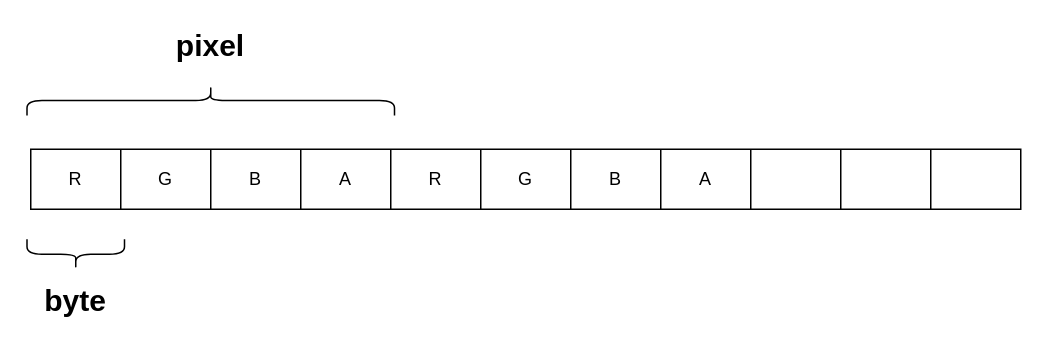
This is Untitled Diagram.drawio from tamani-coding/webgpu-computing-jpeg, a draw.io file, before an edit. Source tidied: cells renumbered, new cells numbered last; positions are measured from the earlier drawing's top-left corner, leaving out a move shared by most shapes. Both pictures are drawn from the tidied source at 150%, with x=0, y=0 at pixel (30, -84).
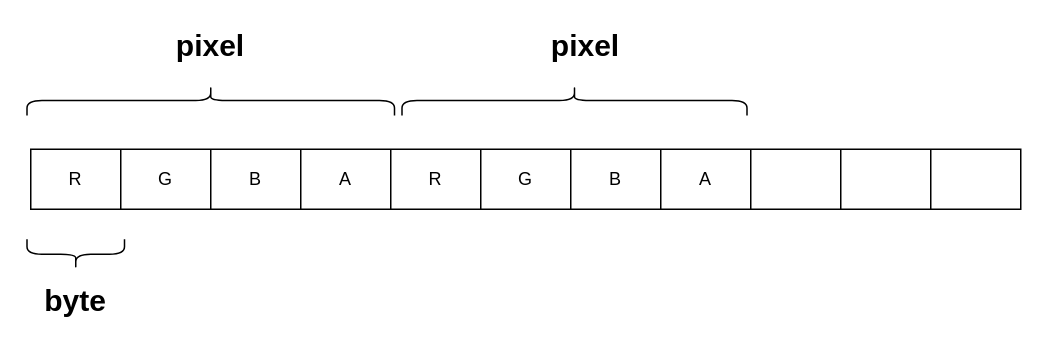
The same page after the edit.

The edit, as a diff of the source:
```diff
@@
+    <mxCell id="19" style="shape=curlyBracket;whiteSpace=wrap;html=1;rounded=1;flipH=1;rotation=-90;" parent="1" vertex="1">
+      <mxGeometry x="352.5" y="7.5" width="20" height="230" as="geometry" />
+    </mxCell>
+    <mxCell id="20" value="&lt;font style=&quot;font-size: 20px&quot;&gt;&lt;b&gt;pixel&lt;/b&gt;&lt;/font&gt;" style="text;html=1;strokeColor=none;fillColor=none;align=center;verticalAlign=middle;whiteSpace=wrap;rounded=0;" parent="1" vertex="1">
+      <mxGeometry x="350" y="75" width="40" height="20" as="geometry" />
+    </mxCell>
```
